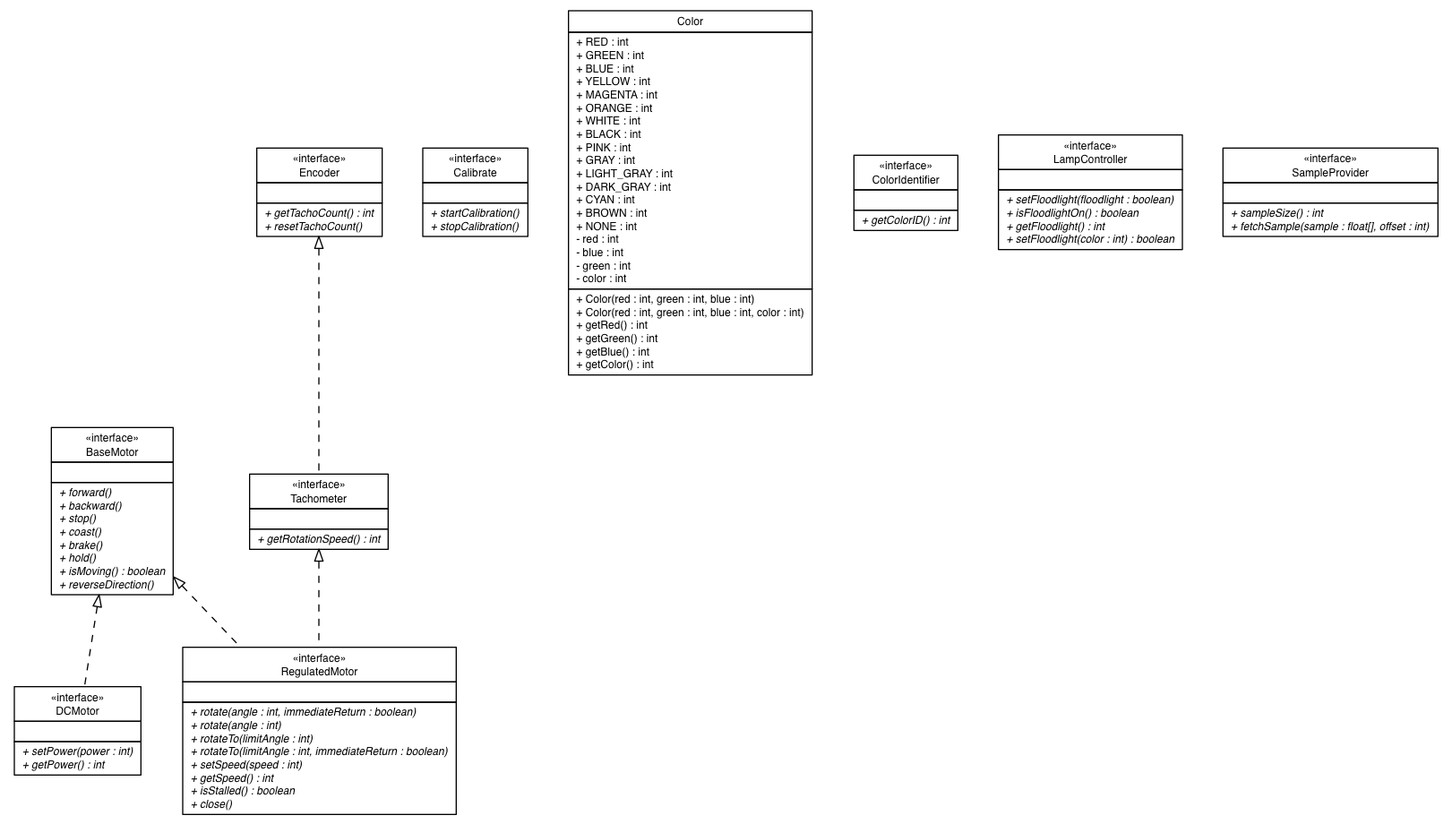
Earlier version of the Graphviz export docs/api/lejos/robotics/lejos.robotics.png (ev3dev-lang-java/ev3dev-lang-java). Its source is kept beside it as docs/api/lejos/robotics/lejos.robotics.dot. The source it was exported from:
```dot

digraph G {
	edge [fontname="Helvetica",fontsize=10,labelfontname="Helvetica",labelfontsize=10];
	node [fontname="Helvetica",fontsize=10,shape=plaintext];
	nodesep=0.25;
	ranksep=0.5;
	c702 [label=<<table title="lejos.robotics.BaseMotor" border="0" cellborder="1" cellspacing="0" cellpadding="2" port="p" href="./BaseMotor.html">
		<tr><td><table border="0" cellspacing="0" cellpadding="1">
<tr><td align="center" balign="center"> &#171;interface&#187; </td></tr>
<tr><td align="center" balign="center"> BaseMotor </td></tr>
		</table></td></tr>
		<tr><td><table border="0" cellspacing="0" cellpadding="1">
<tr><td align="left" balign="left">  </td></tr>
		</table></td></tr>
		<tr><td><table border="0" cellspacing="0" cellpadding="1">
<tr><td align="left" balign="left"><font face="Helvetica-Oblique" point-size="9.0"> + forward() </font></td></tr>
<tr><td align="left" balign="left"><font face="Helvetica-Oblique" point-size="9.0"> + backward() </font></td></tr>
<tr><td align="left" balign="left"><font face="Helvetica-Oblique" point-size="9.0"> + stop() </font></td></tr>
<tr><td align="left" balign="left"><font face="Helvetica-Oblique" point-size="9.0"> + coast() </font></td></tr>
<tr><td align="left" balign="left"><font face="Helvetica-Oblique" point-size="9.0"> + brake() </font></td></tr>
<tr><td align="left" balign="left"><font face="Helvetica-Oblique" point-size="9.0"> + hold() </font></td></tr>
<tr><td align="left" balign="left"><font face="Helvetica-Oblique" point-size="9.0"> + isMoving() : boolean </font></td></tr>
<tr><td align="left" balign="left"><font face="Helvetica-Oblique" point-size="9.0"> + reverseDirection() </font></td></tr>
		</table></td></tr>
		</table>>, URL="./BaseMotor.html", fontname="Helvetica", fontcolor="black", fontsize=9.0];
	c703 [label=<<table title="lejos.robotics.Calibrate" border="0" cellborder="1" cellspacing="0" cellpadding="2" port="p" href="./Calibrate.html">
		<tr><td><table border="0" cellspacing="0" cellpadding="1">
<tr><td align="center" balign="center"> &#171;interface&#187; </td></tr>
<tr><td align="center" balign="center"> Calibrate </td></tr>
		</table></td></tr>
		<tr><td><table border="0" cellspacing="0" cellpadding="1">
<tr><td align="left" balign="left">  </td></tr>
		</table></td></tr>
		<tr><td><table border="0" cellspacing="0" cellpadding="1">
<tr><td align="left" balign="left"><font face="Helvetica-Oblique" point-size="9.0"> + startCalibration() </font></td></tr>
<tr><td align="left" balign="left"><font face="Helvetica-Oblique" point-size="9.0"> + stopCalibration() </font></td></tr>
		</table></td></tr>
		</table>>, URL="./Calibrate.html", fontname="Helvetica", fontcolor="black", fontsize=9.0];
	c704 [label=<<table title="lejos.robotics.Color" border="0" cellborder="1" cellspacing="0" cellpadding="2" port="p" href="./Color.html">
		<tr><td><table border="0" cellspacing="0" cellpadding="1">
<tr><td align="center" balign="center"> Color </td></tr>
		</table></td></tr>
		<tr><td><table border="0" cellspacing="0" cellpadding="1">
<tr><td align="left" balign="left"> + RED : int </td></tr>
<tr><td align="left" balign="left"> + GREEN : int </td></tr>
<tr><td align="left" balign="left"> + BLUE : int </td></tr>
<tr><td align="left" balign="left"> + YELLOW : int </td></tr>
<tr><td align="left" balign="left"> + MAGENTA : int </td></tr>
<tr><td align="left" balign="left"> + ORANGE : int </td></tr>
<tr><td align="left" balign="left"> + WHITE : int </td></tr>
<tr><td align="left" balign="left"> + BLACK : int </td></tr>
<tr><td align="left" balign="left"> + PINK : int </td></tr>
<tr><td align="left" balign="left"> + GRAY : int </td></tr>
<tr><td align="left" balign="left"> + LIGHT_GRAY : int </td></tr>
<tr><td align="left" balign="left"> + DARK_GRAY : int </td></tr>
<tr><td align="left" balign="left"> + CYAN : int </td></tr>
<tr><td align="left" balign="left"> + BROWN : int </td></tr>
<tr><td align="left" balign="left"> + NONE : int </td></tr>
<tr><td align="left" balign="left"> - red : int </td></tr>
<tr><td align="left" balign="left"> - blue : int </td></tr>
<tr><td align="left" balign="left"> - green : int </td></tr>
<tr><td align="left" balign="left"> - color : int </td></tr>
		</table></td></tr>
		<tr><td><table border="0" cellspacing="0" cellpadding="1">
<tr><td align="left" balign="left"> + Color(red : int, green : int, blue : int) </td></tr>
<tr><td align="left" balign="left"> + Color(red : int, green : int, blue : int, color : int) </td></tr>
<tr><td align="left" balign="left"> + getRed() : int </td></tr>
<tr><td align="left" balign="left"> + getGreen() : int </td></tr>
<tr><td align="left" balign="left"> + getBlue() : int </td></tr>
<tr><td align="left" balign="left"> + getColor() : int </td></tr>
		</table></td></tr>
		</table>>, URL="./Color.html", fontname="Helvetica", fontcolor="black", fontsize=9.0];
	c705 [label=<<table title="lejos.robotics.ColorIdentifier" border="0" cellborder="1" cellspacing="0" cellpadding="2" port="p" href="./ColorIdentifier.html">
		<tr><td><table border="0" cellspacing="0" cellpadding="1">
<tr><td align="center" balign="center"> &#171;interface&#187; </td></tr>
<tr><td align="center" balign="center"> ColorIdentifier </td></tr>
		</table></td></tr>
		<tr><td><table border="0" cellspacing="0" cellpadding="1">
<tr><td align="left" balign="left">  </td></tr>
		</table></td></tr>
		<tr><td><table border="0" cellspacing="0" cellpadding="1">
<tr><td align="left" balign="left"><font face="Helvetica-Oblique" point-size="9.0"> + getColorID() : int </font></td></tr>
		</table></td></tr>
		</table>>, URL="./ColorIdentifier.html", fontname="Helvetica", fontcolor="black", fontsize=9.0];
	c706 [label=<<table title="lejos.robotics.DCMotor" border="0" cellborder="1" cellspacing="0" cellpadding="2" port="p" href="./DCMotor.html">
		<tr><td><table border="0" cellspacing="0" cellpadding="1">
<tr><td align="center" balign="center"> &#171;interface&#187; </td></tr>
<tr><td align="center" balign="center"> DCMotor </td></tr>
		</table></td></tr>
		<tr><td><table border="0" cellspacing="0" cellpadding="1">
<tr><td align="left" balign="left">  </td></tr>
		</table></td></tr>
		<tr><td><table border="0" cellspacing="0" cellpadding="1">
<tr><td align="left" balign="left"><font face="Helvetica-Oblique" point-size="9.0"> + setPower(power : int) </font></td></tr>
<tr><td align="left" balign="left"><font face="Helvetica-Oblique" point-size="9.0"> + getPower() : int </font></td></tr>
		</table></td></tr>
		</table>>, URL="./DCMotor.html", fontname="Helvetica", fontcolor="black", fontsize=9.0];
	c707 [label=<<table title="lejos.robotics.Encoder" border="0" cellborder="1" cellspacing="0" cellpadding="2" port="p" href="./Encoder.html">
		<tr><td><table border="0" cellspacing="0" cellpadding="1">
<tr><td align="center" balign="center"> &#171;interface&#187; </td></tr>
<tr><td align="center" balign="center"> Encoder </td></tr>
		</table></td></tr>
		<tr><td><table border="0" cellspacing="0" cellpadding="1">
<tr><td align="left" balign="left">  </td></tr>
		</table></td></tr>
		<tr><td><table border="0" cellspacing="0" cellpadding="1">
<tr><td align="left" balign="left"><font face="Helvetica-Oblique" point-size="9.0"> + getTachoCount() : int </font></td></tr>
<tr><td align="left" balign="left"><font face="Helvetica-Oblique" point-size="9.0"> + resetTachoCount() </font></td></tr>
		</table></td></tr>
		</table>>, URL="./Encoder.html", fontname="Helvetica", fontcolor="black", fontsize=9.0];
	c708 [label=<<table title="lejos.robotics.LampController" border="0" cellborder="1" cellspacing="0" cellpadding="2" port="p" href="./LampController.html">
		<tr><td><table border="0" cellspacing="0" cellpadding="1">
<tr><td align="center" balign="center"> &#171;interface&#187; </td></tr>
<tr><td align="center" balign="center"> LampController </td></tr>
		</table></td></tr>
		<tr><td><table border="0" cellspacing="0" cellpadding="1">
<tr><td align="left" balign="left">  </td></tr>
		</table></td></tr>
		<tr><td><table border="0" cellspacing="0" cellpadding="1">
<tr><td align="left" balign="left"><font face="Helvetica-Oblique" point-size="9.0"> + setFloodlight(floodlight : boolean) </font></td></tr>
<tr><td align="left" balign="left"><font face="Helvetica-Oblique" point-size="9.0"> + isFloodlightOn() : boolean </font></td></tr>
<tr><td align="left" balign="left"><font face="Helvetica-Oblique" point-size="9.0"> + getFloodlight() : int </font></td></tr>
<tr><td align="left" balign="left"><font face="Helvetica-Oblique" point-size="9.0"> + setFloodlight(color : int) : boolean </font></td></tr>
		</table></td></tr>
		</table>>, URL="./LampController.html", fontname="Helvetica", fontcolor="black", fontsize=9.0];
	c709 [label=<<table title="lejos.robotics.RegulatedMotor" border="0" cellborder="1" cellspacing="0" cellpadding="2" port="p" href="./RegulatedMotor.html">
		<tr><td><table border="0" cellspacing="0" cellpadding="1">
<tr><td align="center" balign="center"> &#171;interface&#187; </td></tr>
<tr><td align="center" balign="center"> RegulatedMotor </td></tr>
		</table></td></tr>
		<tr><td><table border="0" cellspacing="0" cellpadding="1">
<tr><td align="left" balign="left">  </td></tr>
		</table></td></tr>
		<tr><td><table border="0" cellspacing="0" cellpadding="1">
<tr><td align="left" balign="left"><font face="Helvetica-Oblique" point-size="9.0"> + rotate(angle : int, immediateReturn : boolean) </font></td></tr>
<tr><td align="left" balign="left"><font face="Helvetica-Oblique" point-size="9.0"> + rotate(angle : int) </font></td></tr>
<tr><td align="left" balign="left"><font face="Helvetica-Oblique" point-size="9.0"> + rotateTo(limitAngle : int) </font></td></tr>
<tr><td align="left" balign="left"><font face="Helvetica-Oblique" point-size="9.0"> + rotateTo(limitAngle : int, immediateReturn : boolean) </font></td></tr>
<tr><td align="left" balign="left"><font face="Helvetica-Oblique" point-size="9.0"> + setSpeed(speed : int) </font></td></tr>
<tr><td align="left" balign="left"><font face="Helvetica-Oblique" point-size="9.0"> + getSpeed() : int </font></td></tr>
<tr><td align="left" balign="left"><font face="Helvetica-Oblique" point-size="9.0"> + isStalled() : boolean </font></td></tr>
<tr><td align="left" balign="left"><font face="Helvetica-Oblique" point-size="9.0"> + close() </font></td></tr>
		</table></td></tr>
		</table>>, URL="./RegulatedMotor.html", fontname="Helvetica", fontcolor="black", fontsize=9.0];
	c710 [label=<<table title="lejos.robotics.SampleProvider" border="0" cellborder="1" cellspacing="0" cellpadding="2" port="p" href="./SampleProvider.html">
		<tr><td><table border="0" cellspacing="0" cellpadding="1">
<tr><td align="center" balign="center"> &#171;interface&#187; </td></tr>
<tr><td align="center" balign="center"> SampleProvider </td></tr>
		</table></td></tr>
		<tr><td><table border="0" cellspacing="0" cellpadding="1">
<tr><td align="left" balign="left">  </td></tr>
		</table></td></tr>
		<tr><td><table border="0" cellspacing="0" cellpadding="1">
<tr><td align="left" balign="left"><font face="Helvetica-Oblique" point-size="9.0"> + sampleSize() : int </font></td></tr>
<tr><td align="left" balign="left"><font face="Helvetica-Oblique" point-size="9.0"> + fetchSample(sample : float[], offset : int) </font></td></tr>
		</table></td></tr>
		</table>>, URL="./SampleProvider.html", fontname="Helvetica", fontcolor="black", fontsize=9.0];
	c711 [label=<<table title="lejos.robotics.Tachometer" border="0" cellborder="1" cellspacing="0" cellpadding="2" port="p" href="./Tachometer.html">
		<tr><td><table border="0" cellspacing="0" cellpadding="1">
<tr><td align="center" balign="center"> &#171;interface&#187; </td></tr>
<tr><td align="center" balign="center"> Tachometer </td></tr>
		</table></td></tr>
		<tr><td><table border="0" cellspacing="0" cellpadding="1">
<tr><td align="left" balign="left">  </td></tr>
		</table></td></tr>
		<tr><td><table border="0" cellspacing="0" cellpadding="1">
<tr><td align="left" balign="left"><font face="Helvetica-Oblique" point-size="9.0"> + getRotationSpeed() : int </font></td></tr>
		</table></td></tr>
		</table>>, URL="./Tachometer.html", fontname="Helvetica", fontcolor="black", fontsize=9.0];
	c702:p -> c706:p [dir=back,arrowtail=empty,style=dashed];
	c702:p -> c709:p [dir=back,arrowtail=empty,style=dashed];
	c711:p -> c709:p [dir=back,arrowtail=empty,style=dashed];
	c707:p -> c711:p [dir=back,arrowtail=empty,style=dashed];
}
```
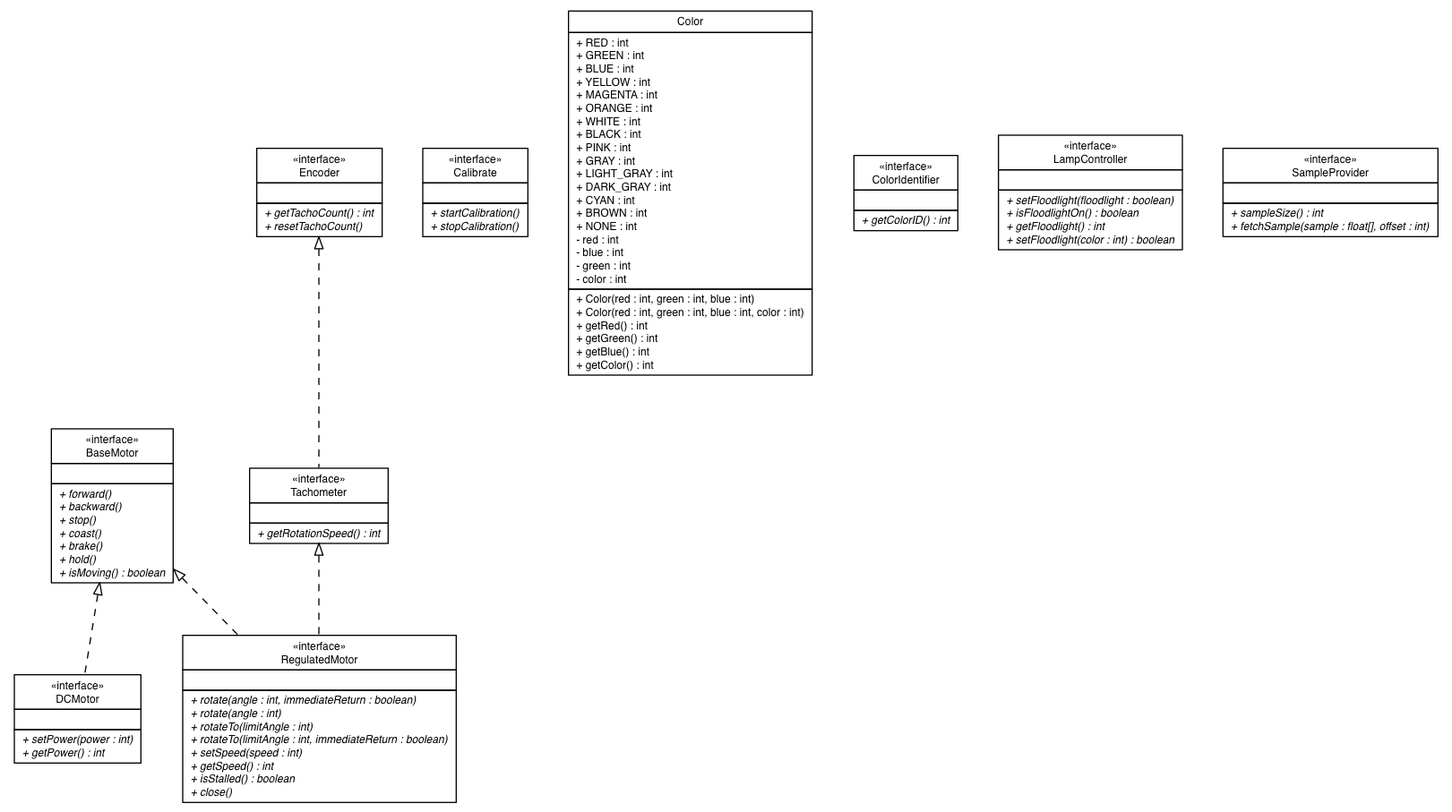
After the change.

Diff of the diagram source:
```diff
@@ -20,7 +20,6 @@
 <tr><td align="left" balign="left"><font face="Helvetica-Oblique" point-size="9.0"> + brake() </font></td></tr>
 <tr><td align="left" balign="left"><font face="Helvetica-Oblique" point-size="9.0"> + hold() </font></td></tr>
 <tr><td align="left" balign="left"><font face="Helvetica-Oblique" point-size="9.0"> + isMoving() : boolean </font></td></tr>
-<tr><td align="left" balign="left"><font face="Helvetica-Oblique" point-size="9.0"> + reverseDirection() </font></td></tr>
 		</table></td></tr>
 		</table>>, URL="./BaseMotor.html", fontname="Helvetica", fontcolor="black", fontsize=9.0];
 	c703 [label=<<table title="lejos.robotics.Calibrate" border="0" cellborder="1" cellspacing="0" cellpadding="2" port="p" href="./Calibrate.html">
```
